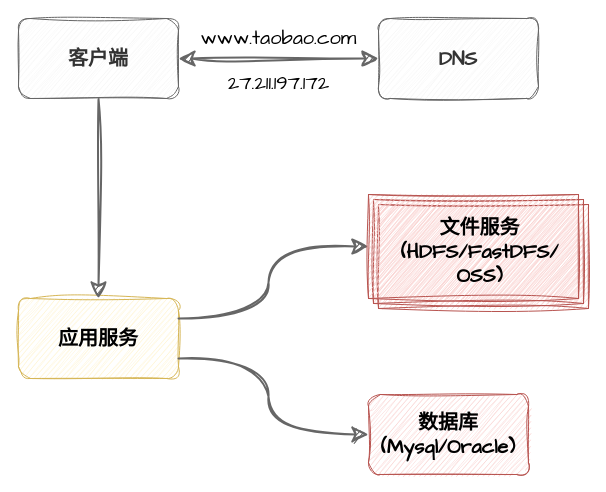
This is page "服务和数据分离" (2 of 11) of assets/分布式/分布式发展.drawio from dunwu/waterdrop, a draw.io file, before an edit. Source tidied: cells renumbered, new cells numbered last; positions are measured from the earlier drawing's top-left corner, leaving out a move shared by most shapes. Both pictures are drawn from the tidied source at 100%, with x=0, y=0 at pixel (18, 17).
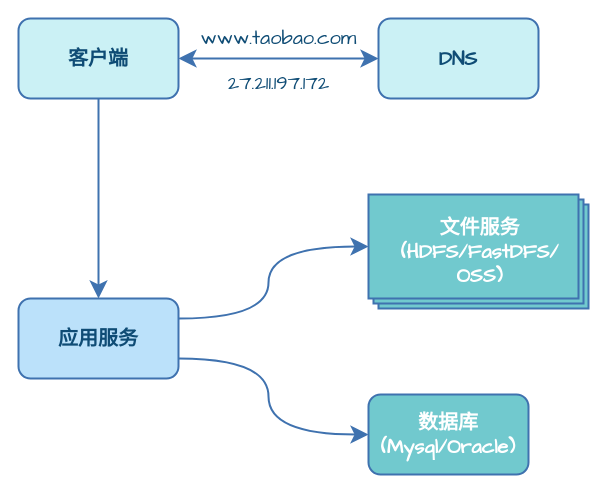
After the change.

The edit, as a diff of the source:
```diff
@@
 <mxGraphModel>
   <root>
     <mxCell id="0" />
     <mxCell id="1" parent="0" />
-    <mxCell id="2" value="&lt;div style=&quot;font-size: 20px;&quot;&gt;应用服务&lt;br style=&quot;font-size: 20px;&quot;&gt;&lt;/div&gt;" style="rounded=1;whiteSpace=wrap;html=1;sketch=1;hachureGap=4;jiggle=2;curveFitting=1;fontFamily=Comic Sans MS;fontSize=20;fillColor=#fff2cc;strokeColor=#d6b656;fontStyle=1;" parent="1" vertex="1">
+    <mxCell id="2" value="&lt;div style=&quot;font-size: 20px;&quot;&gt;应用服务&lt;br style=&quot;font-size: 20px;&quot;&gt;&lt;/div&gt;" style="rounded=1;whiteSpace=wrap;html=1;hachureGap=4;fontFamily=Comic Sans MS;fontSize=20;fillColor=#BBE1FA;strokeColor=#3F72AF;fontStyle=1;strokeWidth=2;fontColor=#0F4C75;" parent="1" vertex="1">
       <mxGeometry y="281" width="160" height="80" as="geometry" />
     </mxCell>
-    <mxCell id="3" style="edgeStyle=orthogonalEdgeStyle;rounded=1;sketch=1;hachureGap=4;jiggle=2;curveFitting=1;jettySize=auto;html=1;exitX=0.5;exitY=1;exitDx=0;exitDy=0;entryX=0.5;entryY=0;entryDx=0;entryDy=0;fontFamily=Comic Sans MS;fontSize=20;fontStyle=1;strokeWidth=2;endSize=12;fillColor=#f5f5f5;strokeColor=#666666;startSize=12;" parent="1" edge="1" source="4" target="2">
+    <mxCell id="3" style="edgeStyle=orthogonalEdgeStyle;rounded=1;hachureGap=4;jettySize=auto;html=1;exitX=0.5;exitY=1;exitDx=0;exitDy=0;entryX=0.5;entryY=0;entryDx=0;entryDy=0;fontFamily=Comic Sans MS;fontSize=20;fontStyle=1;strokeWidth=2;endSize=12;fillColor=#f5f5f5;strokeColor=#3F72AF;startSize=12;fontColor=#0F4C75;" parent="1" edge="1" source="4" target="2">
       <mxGeometry relative="1" as="geometry" />
     </mxCell>
-    <mxCell id="4" value="客户端" style="rounded=1;whiteSpace=wrap;html=1;sketch=1;hachureGap=4;jiggle=2;curveFitting=1;fontFamily=Comic Sans MS;fontSize=20;fillColor=#f5f5f5;fontColor=#333333;strokeColor=#666666;shadow=0;fontStyle=1;" parent="1" vertex="1">
+    <mxCell id="4" value="客户端" style="rounded=1;whiteSpace=wrap;html=1;hachureGap=4;fontFamily=Comic Sans MS;fontSize=20;fillColor=#CBF1F5;fontColor=#0F4C75;strokeColor=#3F72AF;shadow=0;fontStyle=1;strokeWidth=2;" parent="1" vertex="1">
       <mxGeometry y="1" width="160" height="80" as="geometry" />
     </mxCell>
-    <mxCell id="5" value="DNS" style="rounded=1;whiteSpace=wrap;html=1;sketch=1;hachureGap=4;jiggle=2;curveFitting=1;fontFamily=Comic Sans MS;fontSize=20;fillColor=#f5f5f5;fontColor=#333333;strokeColor=#666666;shadow=0;fontStyle=1;" parent="1" vertex="1">
+    <mxCell id="5" value="DNS" style="rounded=1;whiteSpace=wrap;html=1;hachureGap=4;fontFamily=Comic Sans MS;fontSize=20;fillColor=#CBF1F5;fontColor=#0F4C75;strokeColor=#3F72AF;shadow=0;fontStyle=1;strokeWidth=2;" parent="1" vertex="1">
       <mxGeometry x="360" y="1" width="160" height="80" as="geometry" />
     </mxCell>
-    <mxCell id="6" style="edgeStyle=orthogonalEdgeStyle;rounded=0;sketch=1;hachureGap=4;jiggle=2;curveFitting=1;jettySize=auto;html=1;entryX=0;entryY=0.5;entryDx=0;entryDy=0;fontFamily=Comic Sans MS;fontSize=20;startArrow=classic;startFill=1;strokeWidth=2;endSize=12;fillColor=#f5f5f5;strokeColor=#666666;startSize=12;fontStyle=1;" parent="1" edge="1" source="4" target="5">
+    <mxCell id="6" style="edgeStyle=orthogonalEdgeStyle;rounded=0;hachureGap=4;jettySize=auto;html=1;entryX=0;entryY=0.5;entryDx=0;entryDy=0;fontFamily=Comic Sans MS;fontSize=20;startArrow=classic;startFill=1;strokeWidth=2;endSize=12;fillColor=#f5f5f5;strokeColor=#3F72AF;startSize=12;fontStyle=1;fontColor=#0F4C75;" parent="1" edge="1" source="4" target="5">
       <mxGeometry relative="1" as="geometry" />
     </mxCell>
-    <mxCell id="7" style="edgeStyle=orthogonalEdgeStyle;sketch=1;hachureGap=4;jiggle=2;curveFitting=1;jettySize=auto;html=1;exitX=1;exitY=0.75;exitDx=0;exitDy=0;entryX=0;entryY=0.5;entryDx=0;entryDy=0;fontFamily=Comic Sans MS;fontSize=20;fontStyle=1;strokeWidth=2;endSize=12;fillColor=#f5f5f5;strokeColor=#666666;startSize=12;curved=1;" parent="1" edge="1" source="2" target="11">
+    <mxCell id="7" style="edgeStyle=orthogonalEdgeStyle;hachureGap=4;jettySize=auto;html=1;exitX=1;exitY=0.75;exitDx=0;exitDy=0;entryX=0;entryY=0.5;entryDx=0;entryDy=0;fontFamily=Comic Sans MS;fontSize=20;fontStyle=1;strokeWidth=2;endSize=12;fillColor=#f5f5f5;strokeColor=#3F72AF;startSize=12;curved=1;fontColor=#0F4C75;" parent="1" edge="1" source="2" target="11">
       <mxGeometry relative="1" as="geometry" />
     </mxCell>
-    <mxCell id="8" style="edgeStyle=orthogonalEdgeStyle;sketch=1;hachureGap=4;jiggle=2;curveFitting=1;jettySize=auto;html=1;exitX=1;exitY=0.25;exitDx=0;exitDy=0;entryX=0;entryY=0;entryDx=0;entryDy=52;fontFamily=Comic Sans MS;fontSize=20;fontStyle=1;strokeWidth=2;endSize=12;fillColor=#f5f5f5;strokeColor=#666666;startSize=12;curved=1;entryPerimeter=0;" parent="1" edge="1" source="2" target="12">
+    <mxCell id="8" style="edgeStyle=orthogonalEdgeStyle;hachureGap=4;jettySize=auto;html=1;exitX=1;exitY=0.25;exitDx=0;exitDy=0;entryX=0;entryY=0;entryDx=0;entryDy=52;fontFamily=Comic Sans MS;fontSize=20;fontStyle=1;strokeWidth=2;endSize=12;fillColor=#f5f5f5;strokeColor=#3F72AF;startSize=12;curved=1;entryPerimeter=0;fontColor=#0F4C75;" parent="1" edge="1" source="2" target="12">
       <mxGeometry relative="1" as="geometry" />
     </mxCell>
-    <mxCell id="9" value="27.211.197.172" style="text;html=1;align=center;verticalAlign=middle;strokeColor=none;fillColor=none;fontSize=20;fontFamily=Comic Sans MS;fontStyle=0;" parent="1" vertex="1">
+    <mxCell id="9" value="27.211.197.172" style="text;html=1;align=center;verticalAlign=middle;strokeColor=none;fillColor=none;fontSize=20;fontFamily=Comic Sans MS;fontStyle=0;fontColor=#0F4C75;" parent="1" vertex="1">
       <mxGeometry x="180" y="45" width="160" height="40" as="geometry" />
     </mxCell>
-    <mxCell id="10" value="www.taobao.com" style="text;html=1;align=center;verticalAlign=middle;strokeColor=none;fillColor=none;fontSize=20;fontFamily=Comic Sans MS;fontStyle=0;" parent="1" vertex="1">
+    <mxCell id="10" value="www.taobao.com" style="text;html=1;align=center;verticalAlign=middle;strokeColor=none;fillColor=none;fontSize=20;fontFamily=Comic Sans MS;fontStyle=0;fontColor=#0F4C75;" parent="1" vertex="1">
       <mxGeometry x="175" width="170" height="40" as="geometry" />
     </mxCell>
-    <mxCell id="11" value="&lt;div style=&quot;border-color: var(--border-color); font-size: 20px;&quot;&gt;&lt;div style=&quot;border-color: var(--border-color); font-size: 20px;&quot;&gt;&lt;div style=&quot;border-color: var(--border-color); font-size: 20px;&quot;&gt;数据库&lt;/div&gt;&lt;div style=&quot;border-color: var(--border-color); font-size: 20px;&quot;&gt;(Mysql/Oracle)&lt;/div&gt;&lt;/div&gt;&lt;/div&gt;" style="rounded=1;whiteSpace=wrap;html=1;sketch=1;hachureGap=4;jiggle=2;curveFitting=1;fontFamily=Comic Sans MS;fontSize=20;fillColor=#f8cecc;strokeColor=#b85450;shadow=0;fontStyle=1;" parent="1" vertex="1">
+    <mxCell id="11" value="&lt;div style=&quot;border-color: var(--border-color); font-size: 20px;&quot;&gt;&lt;div style=&quot;border-color: var(--border-color); font-size: 20px;&quot;&gt;&lt;div style=&quot;border-color: var(--border-color); font-size: 20px;&quot;&gt;数据库&lt;/div&gt;&lt;div style=&quot;border-color: var(--border-color); font-size: 20px;&quot;&gt;(Mysql/Oracle)&lt;/div&gt;&lt;/div&gt;&lt;/div&gt;" style="rounded=1;whiteSpace=wrap;html=1;hachureGap=4;fontFamily=Comic Sans MS;fontSize=20;fillColor=#71C9CE;strokeColor=#3F72AF;shadow=0;fontStyle=1;strokeWidth=2;fontColor=#FFFFFF;" parent="1" vertex="1">
       <mxGeometry x="350" y="377" width="160" height="80" as="geometry" />
     </mxCell>
-    <mxCell id="12" style="verticalLabelPosition=bottom;verticalAlign=top;html=1;shape=mxgraph.basic.layered_rect;dx=10;outlineConnect=0;whiteSpace=wrap;sketch=1;hachureGap=4;jiggle=2;curveFitting=1;fontFamily=Comic Sans MS;fontSize=20;fontStyle=1;fillColor=#f8cecc;strokeColor=#b85450;shadow=0;" parent="1" vertex="1">
+    <mxCell id="12" style="verticalLabelPosition=bottom;verticalAlign=top;html=1;shape=mxgraph.basic.layered_rect;dx=10;outlineConnect=0;whiteSpace=wrap;hachureGap=4;fontFamily=Comic Sans MS;fontSize=20;fontStyle=1;fillColor=#71C9CE;strokeColor=#3F72AF;shadow=0;strokeWidth=2;fontColor=#FFFFFF;" parent="1" vertex="1">
       <mxGeometry x="350" y="177" width="220" height="114" as="geometry" />
     </mxCell>
-    <mxCell id="13" value="&lt;div style=&quot;font-size: 20px;&quot;&gt;&lt;div style=&quot;border-color: var(--border-color);&quot;&gt;&lt;div style=&quot;border-color: var(--border-color);&quot;&gt;文件服务&lt;/div&gt;&lt;div style=&quot;border-color: var(--border-color);&quot;&gt;(HDFS/FastDFS/&lt;/div&gt;&lt;div style=&quot;border-color: var(--border-color);&quot;&gt;OSS)&lt;/div&gt;&lt;/div&gt;&lt;/div&gt;" style="text;html=1;align=center;verticalAlign=middle;strokeColor=none;fillColor=none;fontSize=20;fontFamily=Comic Sans MS;fontStyle=1;" parent="1" vertex="1">
+    <mxCell id="13" value="&lt;div style=&quot;font-size: 20px;&quot;&gt;&lt;div style=&quot;border-color: var(--border-color);&quot;&gt;&lt;div style=&quot;border-color: var(--border-color);&quot;&gt;文件服务&lt;/div&gt;&lt;div style=&quot;border-color: var(--border-color);&quot;&gt;(HDFS/FastDFS/&lt;/div&gt;&lt;div style=&quot;border-color: var(--border-color);&quot;&gt;OSS)&lt;/div&gt;&lt;/div&gt;&lt;/div&gt;" style="text;html=1;align=center;verticalAlign=middle;strokeColor=none;fillColor=none;fontSize=20;fontFamily=Comic Sans MS;fontStyle=1;strokeWidth=2;fontColor=#FFFFFF;" parent="1" vertex="1">
       <mxGeometry x="366" y="189" width="190" height="90" as="geometry" />
     </mxCell>
   </root>
 </mxGraphModel>
```
